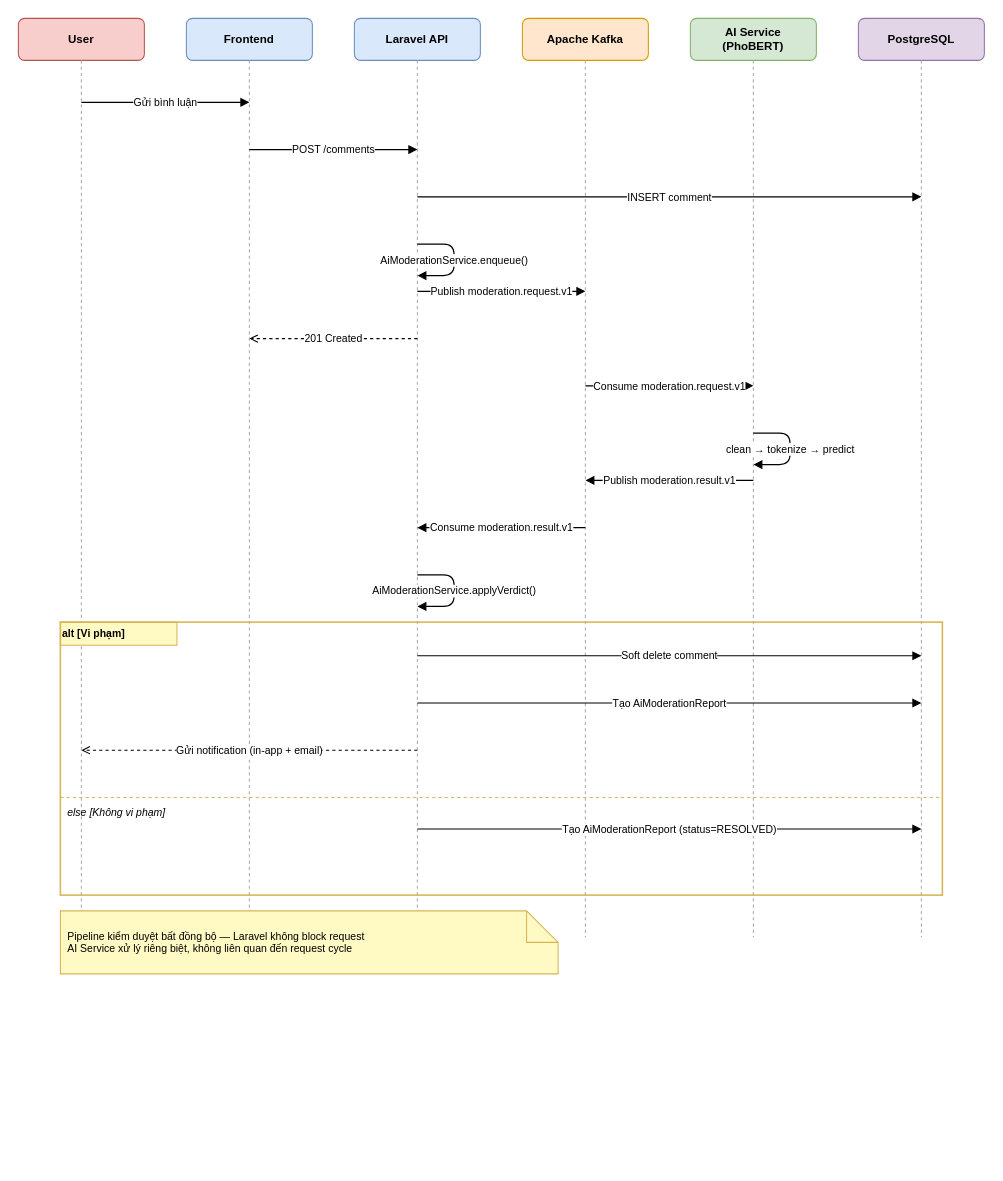
Above: output/SD-02a_Moderation_Overview.drawio in Dangtruong-DUT/Tiktok-Clone-FE-nexjs (draw.io), before the change. Source tidied: cells renumbered, new cells numbered last; positions are measured from the earlier drawing's top-left corner, leaving out a move shared by most shapes. Both pictures are drawn from the tidied source at 105%, with x=0, y=0 at pixel (18, 18).
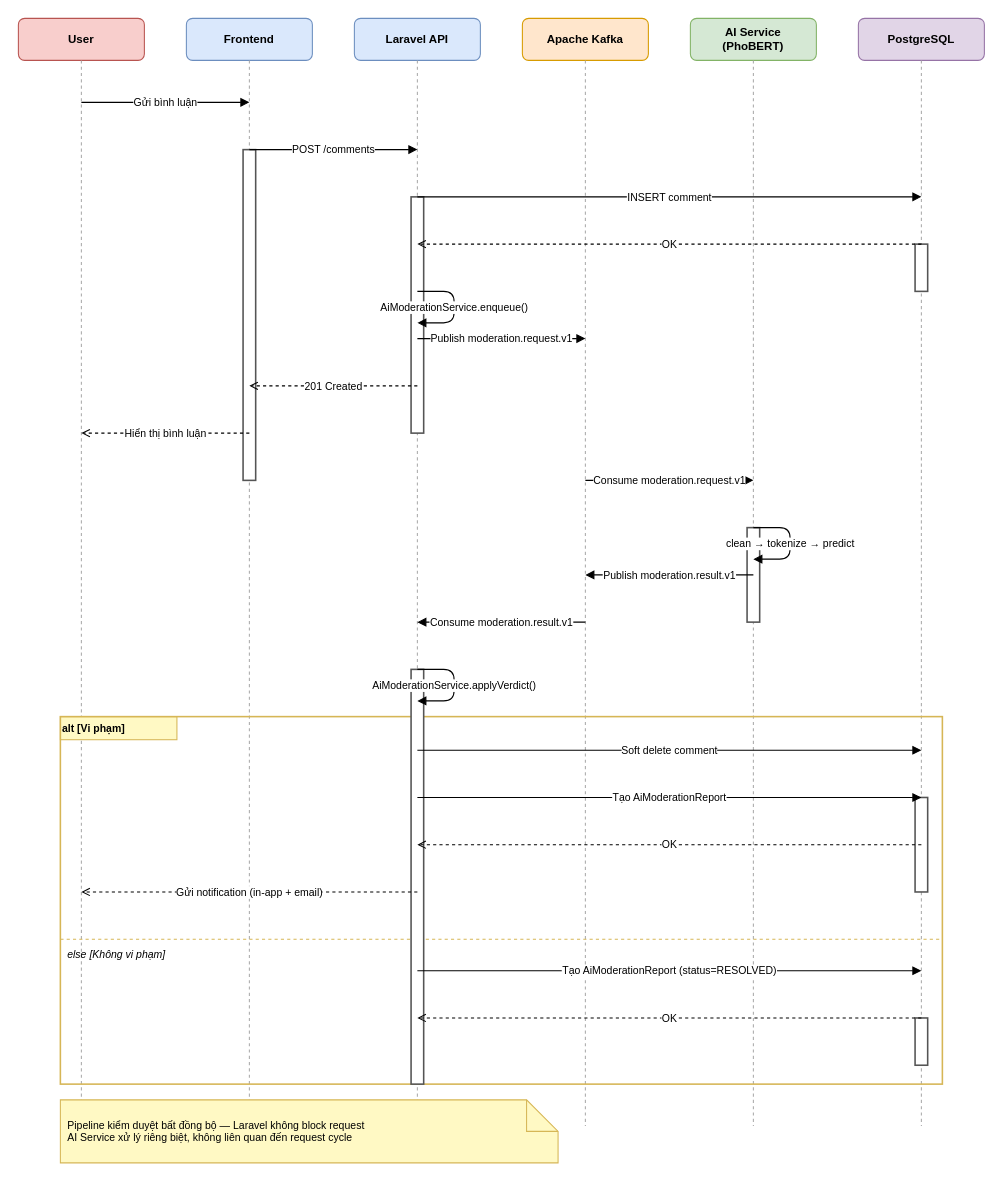
The same page after the edit.

The edit, as a diff of the source:
```diff
@@
-    <mxCell id="8" style="endArrow=none;html=1;dashed=1;strokeColor=#aaaaaa;" parent="1" edge="1">
-      <mxGeometry relative="1" as="geometry">
-        <mxPoint x="60" y="40" as="sourcePoint" />
-        <mxPoint x="60" y="875" as="targetPoint" />
-      </mxGeometry>
-    </mxCell>
-    <mxCell id="9" style="endArrow=none;html=1;dashed=1;strokeColor=#aaaaaa;" parent="1" edge="1">
-      <mxGeometry relative="1" as="geometry">
-        <mxPoint x="220" y="40" as="sourcePoint" />
-        <mxPoint x="220" y="875" as="targetPoint" />
-      </mxGeometry>
-    </mxCell>
+    <mxCell id="34" style="endArrow=none;html=1;dashed=1;strokeColor=#aaaaaa;" parent="1" edge="1">
+      <mxGeometry relative="1" as="geometry">
+        <mxPoint x="60" y="40" as="sourcePoint" />
+        <mxPoint x="60" y="1055" as="targetPoint" />
+      </mxGeometry>
+    </mxCell>
+    <mxCell id="35" style="endArrow=none;html=1;dashed=1;strokeColor=#aaaaaa;" parent="1" edge="1">
+      <mxGeometry relative="1" as="geometry">
+        <mxPoint x="220" y="40" as="sourcePoint" />
+        <mxPoint x="220" y="1055" as="targetPoint" />
+      </mxGeometry>
+    </mxCell>
+    <mxCell id="36" style="endArrow=none;html=1;dashed=1;strokeColor=#aaaaaa;" parent="1" edge="1">
+      <mxGeometry relative="1" as="geometry">
+        <mxPoint x="380" y="40" as="sourcePoint" />
+        <mxPoint x="380" y="1055" as="targetPoint" />
+      </mxGeometry>
+    </mxCell>
+    <mxCell id="37" style="endArrow=none;html=1;dashed=1;strokeColor=#aaaaaa;" parent="1" edge="1">
+      <mxGeometry relative="1" as="geometry">
+        <mxPoint x="540" y="40" as="sourcePoint" />
+        <mxPoint x="540" y="1055" as="targetPoint" />
+      </mxGeometry>
+    </mxCell>
+    <mxCell id="38" style="endArrow=none;html=1;dashed=1;strokeColor=#aaaaaa;" parent="1" edge="1">
+      <mxGeometry relative="1" as="geometry">
+        <mxPoint x="700" y="40" as="sourcePoint" />
+        <mxPoint x="700" y="1055" as="targetPoint" />
+      </mxGeometry>
+    </mxCell>
+    <mxCell id="39" style="endArrow=none;html=1;dashed=1;strokeColor=#aaaaaa;" parent="1" edge="1">
+      <mxGeometry relative="1" as="geometry">
+        <mxPoint x="860" y="40" as="sourcePoint" />
+        <mxPoint x="860" y="1055" as="targetPoint" />
+      </mxGeometry>
+    </mxCell>
+    <mxCell id="22" style="fillColor=#FFFFFF;strokeColor=#555555;strokeWidth=1.5;" parent="1" vertex="1">
+      <mxGeometry x="854" y="215" width="12" height="45" as="geometry" />
+    </mxCell>
+    <mxCell id="26" style="fillColor=#FFFFFF;strokeColor=#555555;strokeWidth=1.5;" parent="1" vertex="1">
+      <mxGeometry x="374" y="170" width="12" height="225" as="geometry" />
+    </mxCell>
+    <mxCell id="28" style="fillColor=#FFFFFF;strokeColor=#555555;strokeWidth=1.5;" parent="1" vertex="1">
+      <mxGeometry x="214" y="125" width="12" height="315" as="geometry" />
+    </mxCell>
+    <mxCell id="31" style="fillColor=#FFFFFF;strokeColor=#555555;strokeWidth=1.5;" parent="1" vertex="1">
+      <mxGeometry x="694" y="485" width="12" height="90" as="geometry" />
+    </mxCell>
+    <mxCell id="32" value="alt [Vi phạm]" style="text;html=1;align=left;verticalAlign=middle;fontStyle=1;fontSize=10;fillColor=#fff9c4;strokeColor=#d6b656;" parent="1" vertex="1">
+      <mxGeometry x="40" y="665" width="111" height="22" as="geometry" />
+    </mxCell>
-    <mxCell id="10" style="endArrow=none;html=1;dashed=1;strokeColor=#aaaaaa;" parent="1" edge="1">
-      <mxGeometry relative="1" as="geometry">
-        <mxPoint x="380" y="40" as="sourcePoint" />
-        <mxPoint x="380" y="875" as="targetPoint" />
-      </mxGeometry>
+    <mxCell id="10" style="fillColor=#FFFFFF;strokeColor=#555555;strokeWidth=1.5;" parent="1" vertex="1">
+      <mxGeometry x="854" y="742" width="12" height="90" as="geometry" />
     </mxCell>
-    <mxCell id="11" style="endArrow=none;html=1;dashed=1;strokeColor=#aaaaaa;" parent="1" edge="1">
-      <mxGeometry relative="1" as="geometry">
-        <mxPoint x="540" y="40" as="sourcePoint" />
-        <mxPoint x="540" y="875" as="targetPoint" />
-      </mxGeometry>
-    </mxCell>
-    <mxCell id="12" style="endArrow=none;html=1;dashed=1;strokeColor=#aaaaaa;" parent="1" edge="1">
+    <mxCell id="12" style="endArrow=none;dashed=1;html=1;strokeColor=#d6b656;" parent="1" edge="1">
       <mxGeometry relative="1" as="geometry">
-        <mxPoint x="700" y="40" as="sourcePoint" />
-        <mxPoint x="700" y="875" as="targetPoint" />
+        <mxPoint x="40" y="877" as="sourcePoint" />
+        <mxPoint x="880" y="877" as="targetPoint" />
       </mxGeometry>
     </mxCell>
-    <mxCell id="13" style="endArrow=none;html=1;dashed=1;strokeColor=#aaaaaa;" parent="1" edge="1">
-      <mxGeometry relative="1" as="geometry">
-        <mxPoint x="860" y="40" as="sourcePoint" />
-        <mxPoint x="860" y="875" as="targetPoint" />
-      </mxGeometry>
+    <mxCell id="13" value="else [Không vi phạm]" style="text;html=1;align=left;fontStyle=2;fontSize=10;fillColor=none;strokeColor=none;" parent="1" vertex="1">
+      <mxGeometry x="45" y="879" width="220" height="18" as="geometry" />
     </mxCell>
-    <mxCell id="14" value="alt [Vi phạm]" style="text;html=1;align=left;verticalAlign=middle;fontStyle=1;fontSize=10;fillColor=#fff9c4;strokeColor=#d6b656;" parent="1" vertex="1">
-      <mxGeometry x="40" y="575" width="111" height="22" as="geometry" />
-    </mxCell>
-    <mxCell id="15" style="endArrow=none;dashed=1;html=1;strokeColor=#d6b656;" parent="1" edge="1">
-      <mxGeometry relative="1" as="geometry">
-        <mxPoint x="40" y="742" as="sourcePoint" />
-        <mxPoint x="880" y="742" as="targetPoint" />
-      </mxGeometry>
-    </mxCell>
-    <mxCell id="16" value="else [Không vi phạm]" style="text;html=1;align=left;fontStyle=2;fontSize=10;fillColor=none;strokeColor=none;" parent="1" vertex="1">
-      <mxGeometry x="45" y="744" width="220" height="18" as="geometry" />
-    </mxCell>
-    <mxCell id="17" style="rounded=0;html=1;strokeColor=#d6b656;fillColor=none;strokeWidth=1.5;" parent="1" vertex="1">
-      <mxGeometry x="40" y="575" width="840" height="260" as="geometry" />
-    </mxCell>
+    <mxCell id="40" style="fillColor=#FFFFFF;strokeColor=#555555;strokeWidth=1.5;" parent="1" vertex="1">
+      <mxGeometry x="854" y="952" width="12" height="45" as="geometry" />
+    </mxCell>
+    <mxCell id="41" style="rounded=0;html=1;strokeColor=#d6b656;fillColor=none;strokeWidth=1.5;" parent="1" vertex="1">
+      <mxGeometry x="40" y="665" width="840" height="350" as="geometry" />
+    </mxCell>
+    <mxCell id="42" style="fillColor=#FFFFFF;strokeColor=#555555;strokeWidth=1.5;" parent="1" vertex="1">
+      <mxGeometry x="374" y="620" width="12" height="395" as="geometry" />
+    </mxCell>
@@
-    <mxCell id="21" value="AiModerationService.enqueue()" style="endArrow=block;endFill=1;html=1;fontSize=10;" parent="1" edge="1">
+    <mxCell id="21" value="OK" style="endArrow=open;endFill=0;dashed=1;html=1;fontSize=10;" parent="1" edge="1">
       <mxGeometry relative="1" as="geometry">
-        <mxPoint x="380" y="215" as="sourcePoint" />
-        <mxPoint x="380" y="245" as="targetPoint" />
-        <Array as="points">
-          <mxPoint x="415" y="215" />
-          <mxPoint x="415" y="245" />
-        </Array>
+        <mxPoint x="860" y="215" as="sourcePoint" />
+        <mxPoint x="380" y="215" as="targetPoint" />
       </mxGeometry>
     </mxCell>
-    <mxCell id="22" value="Publish moderation.request.v1" style="endArrow=block;endFill=1;html=1;fontSize=10;" parent="1" edge="1">
-      <mxGeometry relative="1" as="geometry">
-        <mxPoint x="380" y="260" as="sourcePoint" />
-        <mxPoint x="540" y="260" as="targetPoint" />
-      </mxGeometry>
-    </mxCell>
-    <mxCell id="23" value="201 Created" style="endArrow=open;endFill=0;dashed=1;html=1;fontSize=10;" parent="1" edge="1">
+    <mxCell id="23" value="AiModerationService.enqueue()" style="endArrow=block;endFill=1;html=1;fontSize=10;" parent="1" edge="1">
       <mxGeometry relative="1" as="geometry">
-        <mxPoint x="380" y="305" as="sourcePoint" />
-        <mxPoint x="220" y="305" as="targetPoint" />
+        <mxPoint x="380" y="260" as="sourcePoint" />
+        <mxPoint x="380" y="290" as="targetPoint" />
+        <Array as="points">
+          <mxPoint x="415" y="260" />
+          <mxPoint x="415" y="290" />
+        </Array>
       </mxGeometry>
     </mxCell>
-    <mxCell id="24" value="Consume moderation.request.v1" style="endArrow=block;endFill=1;html=1;fontSize=10;" parent="1" edge="1">
+    <mxCell id="24" value="Publish moderation.request.v1" style="endArrow=block;endFill=1;html=1;fontSize=10;" parent="1" edge="1">
       <mxGeometry relative="1" as="geometry">
-        <mxPoint x="540" y="350" as="sourcePoint" />
-        <mxPoint x="700" y="350" as="targetPoint" />
+        <mxPoint x="380" y="305" as="sourcePoint" />
+        <mxPoint x="540" y="305" as="targetPoint" />
       </mxGeometry>
     </mxCell>
-    <mxCell id="25" value="clean → tokenize → predict" style="endArrow=block;endFill=1;html=1;fontSize=10;" parent="1" edge="1">
+    <mxCell id="25" value="201 Created" style="endArrow=open;endFill=0;dashed=1;html=1;fontSize=10;" parent="1" edge="1">
       <mxGeometry relative="1" as="geometry">
-        <mxPoint x="700" y="395" as="sourcePoint" />
-        <mxPoint x="700" y="425" as="targetPoint" />
-        <Array as="points">
-          <mxPoint x="735" y="395" />
-          <mxPoint x="735" y="425" />
-        </Array>
+        <mxPoint x="380" y="350" as="sourcePoint" />
+        <mxPoint x="220" y="350" as="targetPoint" />
       </mxGeometry>
     </mxCell>
-    <mxCell id="26" value="Publish moderation.result.v1" style="endArrow=block;endFill=1;html=1;fontSize=10;" parent="1" edge="1">
-      <mxGeometry relative="1" as="geometry">
-        <mxPoint x="700" y="440" as="sourcePoint" />
-        <mxPoint x="540" y="440" as="targetPoint" />
-      </mxGeometry>
-    </mxCell>
-    <mxCell id="27" value="Consume moderation.result.v1" style="endArrow=block;endFill=1;html=1;fontSize=10;" parent="1" edge="1">
+    <mxCell id="27" value="Hiển thị bình luận" style="endArrow=open;endFill=0;dashed=1;html=1;fontSize=10;" parent="1" edge="1">
       <mxGeometry relative="1" as="geometry">
-        <mxPoint x="540" y="485" as="sourcePoint" />
-        <mxPoint x="380" y="485" as="targetPoint" />
+        <mxPoint x="220" y="395" as="sourcePoint" />
+        <mxPoint x="60" y="395" as="targetPoint" />
       </mxGeometry>
     </mxCell>
-    <mxCell id="28" value="AiModerationService.applyVerdict()" style="endArrow=block;endFill=1;html=1;fontSize=10;" parent="1" edge="1">
-      <mxGeometry relative="1" as="geometry">
-        <mxPoint x="380" y="530" as="sourcePoint" />
-        <mxPoint x="380" y="560" as="targetPoint" />
-        <Array as="points">
-          <mxPoint x="415" y="530" />
-          <mxPoint x="415" y="560" />
-        </Array>
-      </mxGeometry>
-    </mxCell>
+    <mxCell id="14" value="Consume moderation.request.v1" style="endArrow=block;endFill=1;html=1;fontSize=10;" parent="1" edge="1">
+      <mxGeometry relative="1" as="geometry">
+        <mxPoint x="540" y="440" as="sourcePoint" />
+        <mxPoint x="700" y="440" as="targetPoint" />
+      </mxGeometry>
+    </mxCell>
-    <mxCell id="29" value="Soft delete comment" style="endArrow=block;endFill=1;html=1;fontSize=10;" parent="1" edge="1">
+    <mxCell id="29" value="clean → tokenize → predict" style="endArrow=block;endFill=1;html=1;fontSize=10;" parent="1" edge="1">
       <mxGeometry relative="1" as="geometry">
-        <mxPoint x="380" y="607" as="sourcePoint" />
-        <mxPoint x="860" y="607" as="targetPoint" />
+        <mxPoint x="700" y="485" as="sourcePoint" />
+        <mxPoint x="700" y="515" as="targetPoint" />
+        <Array as="points">
+          <mxPoint x="735" y="485" />
+          <mxPoint x="735" y="515" />
+        </Array>
       </mxGeometry>
     </mxCell>
-    <mxCell id="30" value="Tạo AiModerationReport" style="endArrow=block;endFill=1;html=1;fontSize=10;" parent="1" edge="1">
+    <mxCell id="30" value="Publish moderation.result.v1" style="endArrow=block;endFill=1;html=1;fontSize=10;" parent="1" edge="1">
       <mxGeometry relative="1" as="geometry">
-        <mxPoint x="380" y="652" as="sourcePoint" />
-        <mxPoint x="860" y="652" as="targetPoint" />
+        <mxPoint x="700" y="530" as="sourcePoint" />
+        <mxPoint x="540" y="530" as="targetPoint" />
       </mxGeometry>
     </mxCell>
-    <mxCell id="31" value="Gửi notification (in-app + email)" style="endArrow=open;endFill=0;dashed=1;html=1;fontSize=10;" parent="1" edge="1">
-      <mxGeometry relative="1" as="geometry">
-        <mxPoint x="380" y="697" as="sourcePoint" />
-        <mxPoint x="60" y="697" as="targetPoint" />
-      </mxGeometry>
-    </mxCell>
-    <mxCell id="32" value="Tạo AiModerationReport (status=RESOLVED)" style="endArrow=block;endFill=1;html=1;fontSize=10;" parent="1" edge="1">
-      <mxGeometry relative="1" as="geometry">
-        <mxPoint x="380" y="772" as="sourcePoint" />
-        <mxPoint x="860" y="772" as="targetPoint" />
-      </mxGeometry>
-    </mxCell>
+    <mxCell id="15" value="Consume moderation.result.v1" style="endArrow=block;endFill=1;html=1;fontSize=10;" parent="1" edge="1">
+      <mxGeometry relative="1" as="geometry">
+        <mxPoint x="540" y="575" as="sourcePoint" />
+        <mxPoint x="380" y="575" as="targetPoint" />
+      </mxGeometry>
+    </mxCell>
+    <mxCell id="16" value="AiModerationService.applyVerdict()" style="endArrow=block;endFill=1;html=1;fontSize=10;" parent="1" edge="1">
+      <mxGeometry relative="1" as="geometry">
+        <mxPoint x="380" y="620" as="sourcePoint" />
+        <mxPoint x="380" y="650" as="targetPoint" />
+        <Array as="points">
+          <mxPoint x="415" y="620" />
+          <mxPoint x="415" y="650" />
+        </Array>
+      </mxGeometry>
+    </mxCell>
+    <mxCell id="17" value="Soft delete comment" style="endArrow=block;endFill=1;html=1;fontSize=10;" parent="1" edge="1">
+      <mxGeometry relative="1" as="geometry">
+        <mxPoint x="380" y="697" as="sourcePoint" />
+        <mxPoint x="860" y="697" as="targetPoint" />
+      </mxGeometry>
+    </mxCell>
+    <mxCell id="8" value="Tạo AiModerationReport" style="endArrow=block;endFill=1;html=1;fontSize=10;" parent="1" edge="1">
+      <mxGeometry relative="1" as="geometry">
+        <mxPoint x="380" y="742" as="sourcePoint" />
+        <mxPoint x="860" y="742" as="targetPoint" />
+      </mxGeometry>
+    </mxCell>
+    <mxCell id="9" value="OK" style="endArrow=open;endFill=0;dashed=1;html=1;fontSize=10;" parent="1" edge="1">
+      <mxGeometry relative="1" as="geometry">
+        <mxPoint x="860" y="787" as="sourcePoint" />
+        <mxPoint x="380" y="787" as="targetPoint" />
+      </mxGeometry>
+    </mxCell>
+    <mxCell id="11" value="Gửi notification (in-app + email)" style="endArrow=open;endFill=0;dashed=1;html=1;fontSize=10;" parent="1" edge="1">
+      <mxGeometry relative="1" as="geometry">
+        <mxPoint x="380" y="832" as="sourcePoint" />
+        <mxPoint x="60" y="832" as="targetPoint" />
+      </mxGeometry>
+    </mxCell>
-    <mxCell id="33" value="Pipeline kiểm duyệt bất đồng bộ — Laravel không block request&#10;AI Service xử lý riêng biệt, không liên quan đến request cycle" style="shape=note;whiteSpace=wrap;html=1;backgroundOutline=1;fillColor=#fff9c4;strokeColor=#d6b656;fontSize=10;align=left;spacingLeft=5;" parent="1" vertex="1">
-      <mxGeometry x="40" y="850" width="474" height="60" as="geometry" />
+    <mxCell id="33" value="Tạo AiModerationReport (status=RESOLVED)" style="endArrow=block;endFill=1;html=1;fontSize=10;" parent="1" edge="1">
+      <mxGeometry relative="1" as="geometry">
+        <mxPoint x="380" y="907" as="sourcePoint" />
+        <mxPoint x="860" y="907" as="targetPoint" />
+      </mxGeometry>
     </mxCell>
+    <mxCell id="43" value="OK" style="endArrow=open;endFill=0;dashed=1;html=1;fontSize=10;" parent="1" edge="1">
+      <mxGeometry relative="1" as="geometry">
+        <mxPoint x="860" y="952" as="sourcePoint" />
+        <mxPoint x="380" y="952" as="targetPoint" />
+      </mxGeometry>
+    </mxCell>
+    <mxCell id="44" value="Pipeline kiểm duyệt bất đồng bộ — Laravel không block request&#10;AI Service xử lý riêng biệt, không liên quan đến request cycle" style="shape=note;whiteSpace=wrap;html=1;backgroundOutline=1;fillColor=#fff9c4;strokeColor=#d6b656;fontSize=10;align=left;spacingLeft=5;" parent="1" vertex="1">
+      <mxGeometry x="40" y="1030" width="474" height="60" as="geometry" />
+    </mxCell>
```
